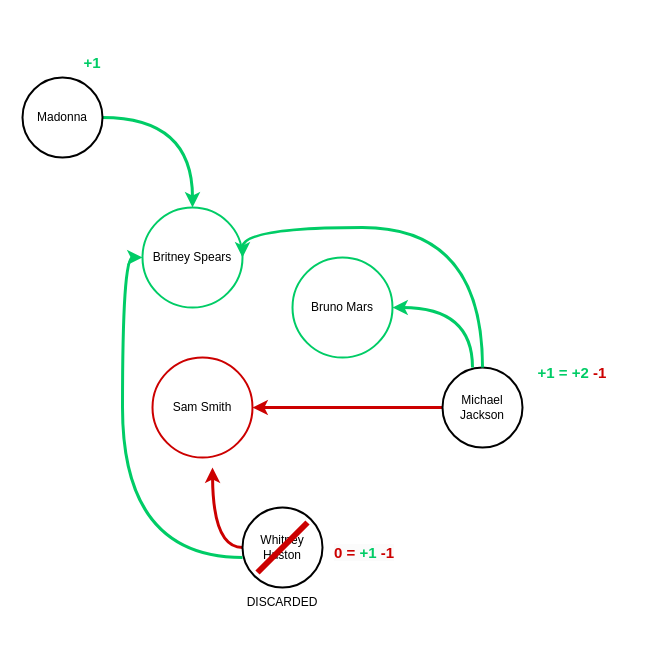
perrosdatos/msc_ai_kw_project keeps this draw.io diagram as page "Page-2" (2 of 2) of flows/flow_for_sparql.drawio. Above is the earlier version. Source tidied: cells renumbered, new cells numbered last; positions are measured from the earlier drawing's top-left corner, leaving out a move shared by most shapes. Both pictures are drawn from the tidied source at 100%, with x=0, y=0 at pixel (22, 47).
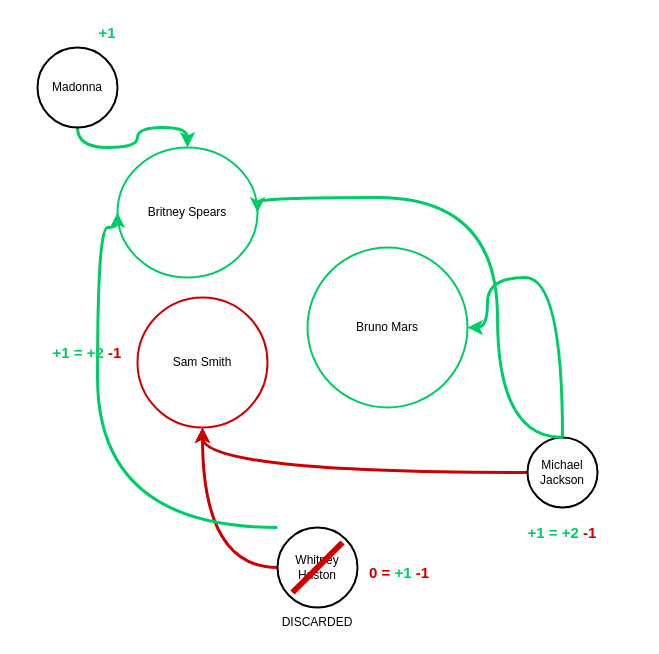
The same diagram, later.

The edit, as a diff of the source:
```diff
@@
+    <mxCell id="12" value="&lt;font style=&quot;font-size: 15px;&quot;&gt;&lt;b style=&quot;&quot;&gt;&lt;font style=&quot;color: rgb(0, 204, 102);&quot;&gt;+1 = +2 &lt;/font&gt;&lt;font style=&quot;color: rgb(204, 0, 0);&quot;&gt;-1&lt;/font&gt;&lt;/b&gt;&lt;/font&gt;" style="text;html=1;align=center;verticalAlign=middle;whiteSpace=wrap;rounded=0;" parent="1" vertex="1">
+      <mxGeometry x="-5" y="290" width="140" height="30" as="geometry" />
+    </mxCell>
     <mxCell id="2" value="Bruno Mars" style="strokeWidth=2;html=1;shape=mxgraph.flowchart.start_2;whiteSpace=wrap;strokeColor=#00CC66;" parent="1" vertex="1">
-      <mxGeometry x="270" y="210" width="100" height="100" as="geometry" />
+      <mxGeometry x="285" y="200" width="160" height="160" as="geometry" />
     </mxCell>
-    <mxCell id="3" style="edgeStyle=orthogonalEdgeStyle;rounded=0;jettySize=auto;html=1;strokeColor=#CC0000;strokeWidth=3;" parent="1" edge="1" source="4" target="6">
+    <mxCell id="3" style="edgeStyle=orthogonalEdgeStyle;rounded=0;jettySize=auto;html=1;strokeColor=#CC0000;strokeWidth=3;curved=1;" parent="1" edge="1" source="4" target="6">
       <mxGeometry relative="1" as="geometry" />
     </mxCell>
     <mxCell id="4" value="Michael Jackson" style="strokeWidth=2;html=1;shape=mxgraph.flowchart.start_2;whiteSpace=wrap;" parent="1" vertex="1">
-      <mxGeometry x="420" y="320" width="80" height="80" as="geometry" />
+      <mxGeometry x="505" y="390" width="70" height="70" as="geometry" />
     </mxCell>
     <mxCell id="5" value="Britney Spears" style="strokeWidth=2;html=1;shape=mxgraph.flowchart.start_2;whiteSpace=wrap;strokeColor=#00CC66;" parent="1" vertex="1">
-      <mxGeometry x="120" y="160" width="100" height="100" as="geometry" />
+      <mxGeometry x="95" y="100" width="140" height="130" as="geometry" />
     </mxCell>
     <mxCell id="6" value="Sam Smith" style="strokeWidth=2;html=1;shape=mxgraph.flowchart.start_2;whiteSpace=wrap;strokeColor=#CC0000;" parent="1" vertex="1">
-      <mxGeometry x="130" y="310" width="100" height="100" as="geometry" />
+      <mxGeometry x="115" y="250" width="130" height="130" as="geometry" />
     </mxCell>
     <mxCell id="7" style="edgeStyle=orthogonalEdgeStyle;rounded=0;jettySize=auto;html=1;entryX=1;entryY=0.5;entryDx=0;entryDy=0;entryPerimeter=0;curved=1;strokeColor=#00CC66;strokeWidth=3;" parent="1" edge="1" source="4" target="2">
       <mxGeometry relative="1" as="geometry">
         <Array as="points">
-          <mxPoint x="450" y="260" />
+          <mxPoint x="465" y="230" />
         </Array>
       </mxGeometry>
     </mxCell>
     <mxCell id="8" style="edgeStyle=orthogonalEdgeStyle;rounded=0;jettySize=auto;html=1;exitX=0.5;exitY=0;exitDx=0;exitDy=0;exitPerimeter=0;entryX=1;entryY=0.5;entryDx=0;entryDy=0;entryPerimeter=0;curved=1;strokeColor=#00CC66;strokeWidth=3;" parent="1" edge="1" source="4" target="5">
       <mxGeometry relative="1" as="geometry">
         <Array as="points">
-          <mxPoint x="460" y="180" />
-          <mxPoint x="220" y="180" />
+          <mxPoint x="475" y="150" />
+          <mxPoint x="235" y="150" />
         </Array>
       </mxGeometry>
     </mxCell>
@@
     <mxCell id="10" value="Madonna" style="strokeWidth=2;html=1;shape=mxgraph.flowchart.start_2;whiteSpace=wrap;" parent="1" vertex="1">
-      <mxGeometry y="30" width="80" height="80" as="geometry" />
+      <mxGeometry x="15" width="80" height="80" as="geometry" />
     </mxCell>
     <mxCell id="11" value="&lt;font style=&quot;font-size: 15px; color: rgb(0, 204, 102);&quot;&gt;&lt;b&gt;+1&lt;/b&gt;&lt;/font&gt;" style="text;html=1;align=center;verticalAlign=middle;whiteSpace=wrap;rounded=0;" parent="1" vertex="1">
-      <mxGeometry x="40" width="60" height="30" as="geometry" />
+      <mxGeometry x="55" y="-30" width="60" height="30" as="geometry" />
     </mxCell>
-    <mxCell id="12" value="&lt;font style=&quot;font-size: 15px;&quot;&gt;&lt;b style=&quot;&quot;&gt;&lt;font style=&quot;color: rgb(0, 204, 102);&quot;&gt;+1 = +2 &lt;/font&gt;&lt;font style=&quot;color: rgb(204, 0, 0);&quot;&gt;-1&lt;/font&gt;&lt;/b&gt;&lt;/font&gt;" style="text;html=1;align=center;verticalAlign=middle;whiteSpace=wrap;rounded=0;" parent="1" vertex="1">
-      <mxGeometry x="480" y="310" width="140" height="30" as="geometry" />
-    </mxCell>
-    <mxCell id="13" style="edgeStyle=orthogonalEdgeStyle;rounded=0;jettySize=auto;html=1;curved=1;strokeColor=#CC0000;strokeWidth=3;" parent="1" edge="1" source="14">
-      <mxGeometry relative="1" as="geometry">
-        <mxPoint x="190" y="420" as="targetPoint" />
-      </mxGeometry>
-    </mxCell>
+    <mxCell id="19" value="&lt;font style=&quot;font-size: 15px;&quot;&gt;&lt;b style=&quot;&quot;&gt;&lt;font style=&quot;color: rgb(0, 204, 102);&quot;&gt;+1 = +2 &lt;/font&gt;&lt;font style=&quot;color: rgb(204, 0, 0);&quot;&gt;-1&lt;/font&gt;&lt;/b&gt;&lt;/font&gt;" style="text;html=1;align=center;verticalAlign=middle;whiteSpace=wrap;rounded=0;" parent="1" vertex="1">
+      <mxGeometry x="470" y="470" width="140" height="30" as="geometry" />
+    </mxCell>
+    <mxCell id="20" style="edgeStyle=orthogonalEdgeStyle;rounded=0;jettySize=auto;html=1;curved=1;strokeColor=#CC0000;strokeWidth=3;entryX=0.5;entryY=1;entryDx=0;entryDy=0;entryPerimeter=0;" parent="1" edge="1" source="14" target="6">
+      <mxGeometry relative="1" as="geometry" />
+    </mxCell>
     <mxCell id="14" value="Whitney Huston" style="strokeWidth=2;html=1;shape=mxgraph.flowchart.start_2;whiteSpace=wrap;" parent="1" vertex="1">
-      <mxGeometry x="220" y="460" width="80" height="80" as="geometry" />
+      <mxGeometry x="255" y="480" width="80" height="80" as="geometry" />
     </mxCell>
     <mxCell id="15" style="edgeStyle=orthogonalEdgeStyle;rounded=0;jettySize=auto;html=1;entryX=0;entryY=0.5;entryDx=0;entryDy=0;entryPerimeter=0;curved=1;strokeWidth=3;strokeColor=#00CC66;" parent="1" edge="1" source="14" target="5">
       <mxGeometry relative="1" as="geometry">
         <Array as="points">
-          <mxPoint x="100" y="510" />
-          <mxPoint x="100" y="210" />
+          <mxPoint x="75" y="480" />
+          <mxPoint x="75" y="180" />
+          <mxPoint x="95" y="180" />
         </Array>
       </mxGeometry>
     </mxCell>
     <mxCell id="16" value="&lt;b style=&quot;forced-color-adjust: none; font-family: Helvetica; font-size: 15px; font-style: normal; font-variant-ligatures: normal; font-variant-caps: normal; letter-spacing: normal; orphans: 2; text-align: center; text-indent: 0px; text-transform: none; widows: 2; word-spacing: 0px; -webkit-text-stroke-width: 0px; white-space: normal; background-color: rgb(251, 251, 251); text-decoration-thickness: initial; text-decoration-style: initial; text-decoration-color: initial;&quot;&gt;&lt;font style=&quot;color: rgb(204, 0, 0); forced-color-adjust: none;&quot;&gt;0 = &lt;/font&gt;&lt;font style=&quot;forced-color-adjust: none; color: rgb(0, 204, 102);&quot;&gt;+1&lt;/font&gt;&lt;font style=&quot;color: rgb(204, 0, 0); forced-color-adjust: none;&quot;&gt; -1&lt;/font&gt;&lt;/b&gt;" style="text;whiteSpace=wrap;html=1;" parent="1" vertex="1">
-      <mxGeometry x="310" y="490" width="100" height="40" as="geometry" />
+      <mxGeometry x="345" y="510" width="100" height="40" as="geometry" />
     </mxCell>
-    <mxCell id="17" style="endArrow=none;html=1;rounded=0;strokeWidth=6;strokeColor=#CC0000;" parent="1" edge="1">
-      <mxGeometry relative="1" as="geometry">
-        <mxPoint x="235" y="525" as="sourcePoint" />
-        <mxPoint x="285" y="475" as="targetPoint" />
-      </mxGeometry>
-    </mxCell>
+    <mxCell id="21" style="endArrow=none;html=1;rounded=0;strokeWidth=6;strokeColor=#CC0000;" parent="1" edge="1">
+      <mxGeometry relative="1" as="geometry">
+        <mxPoint x="270" y="545" as="sourcePoint" />
+        <mxPoint x="320" y="495" as="targetPoint" />
+      </mxGeometry>
+    </mxCell>
     <mxCell id="18" value="DISCARDED" style="text;html=1;align=center;verticalAlign=middle;whiteSpace=wrap;rounded=0;" parent="1" vertex="1">
-      <mxGeometry x="230" y="540" width="60" height="30" as="geometry" />
+      <mxGeometry x="265" y="560" width="60" height="30" as="geometry" />
     </mxCell>
```
